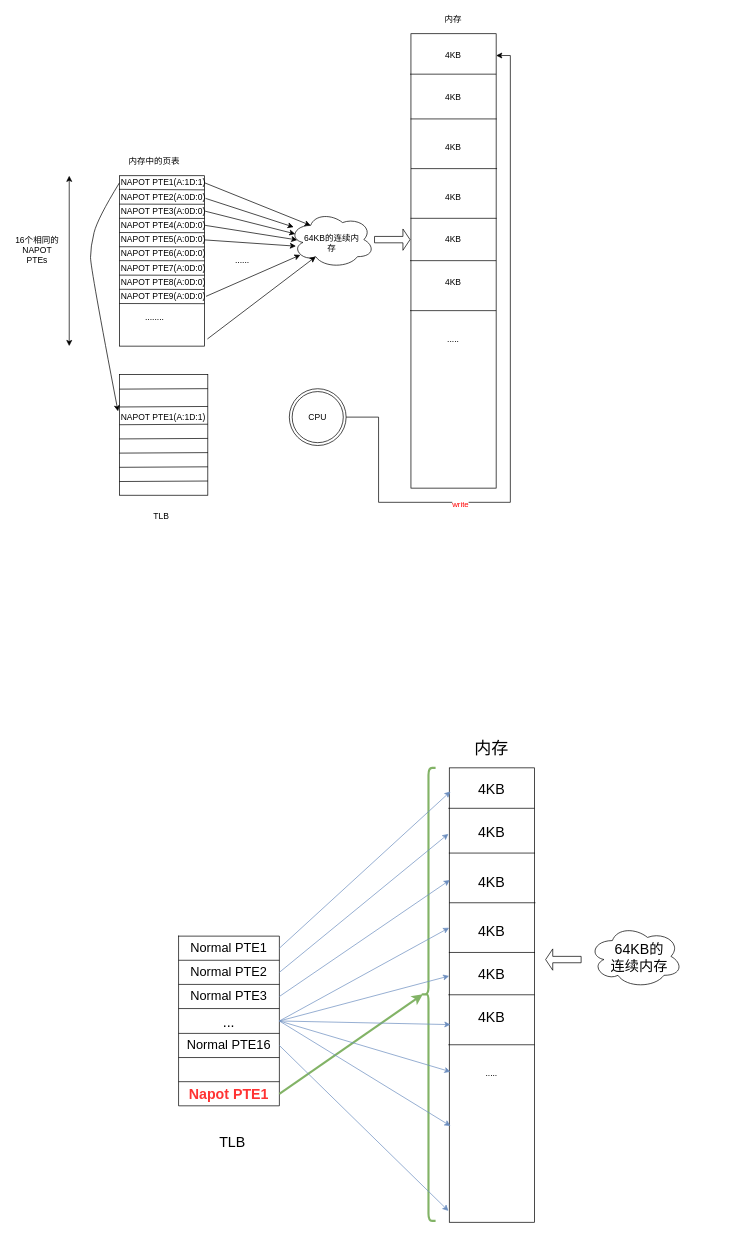
Before: Untitled Diagram.drawio in happy-lx/scala_note, a draw.io diagram. Source tidied: cells renumbered, new cells numbered last; positions are measured from the earlier drawing's top-left corner, leaving out a move shared by most shapes. Both pictures are drawn from the tidied source at 71%, with x=0, y=0 at pixel (12, 12).
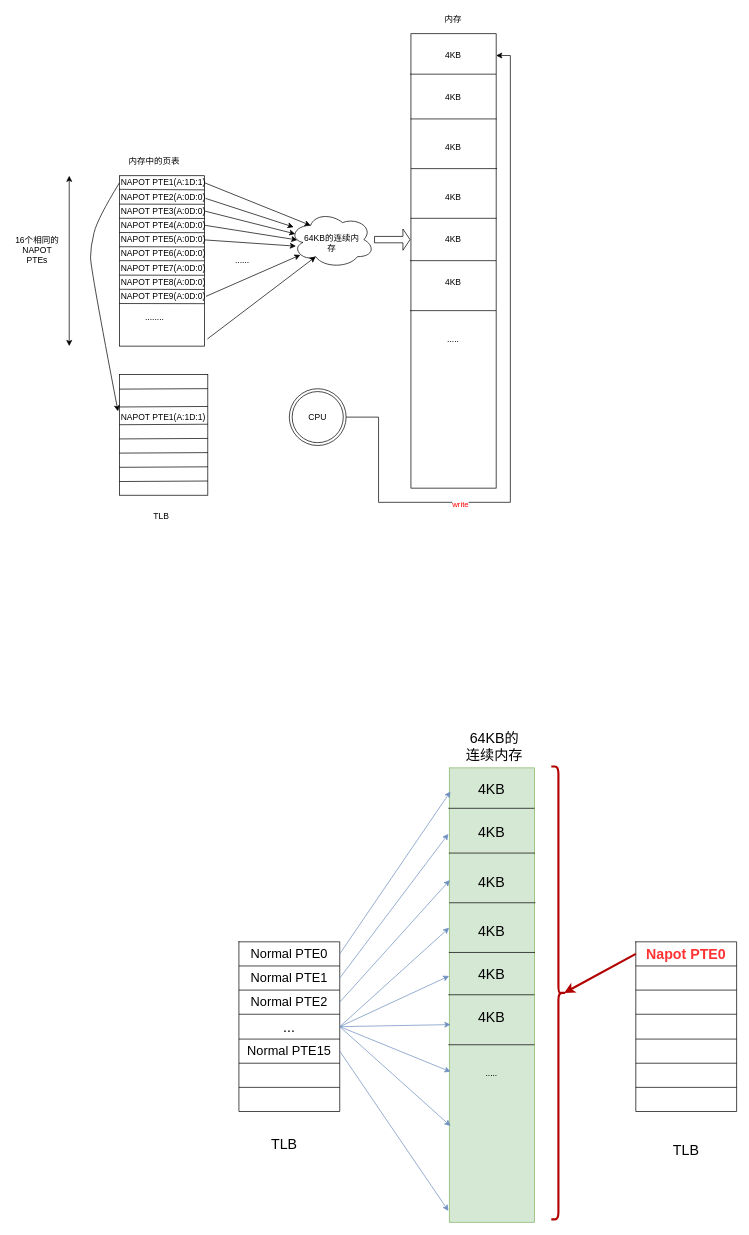
The same page after the edit.

Unchanged cells that the change refers to:
```xml
<mxCell id="84" style="shape=partialRectangle;fillColor=none;top=0;left=0;bottom=0;right=0;points=[[0,0.5],[1,0.5]];portConstraint=eastwest;" parent="83" vertex="1">
  <mxGeometry width="142" height="34" as="geometry" />
</mxCell>
<mxCell id="86" style="shape=partialRectangle;fillColor=none;top=0;left=0;bottom=0;right=0;points=[[0,0.5],[1,0.5]];portConstraint=eastwest;" parent="83" vertex="1">
  <mxGeometry y="34" width="142" height="34" as="geometry" />
</mxCell>
<mxCell id="88" style="shape=partialRectangle;fillColor=none;top=0;left=0;bottom=0;right=0;points=[[0,0.5],[1,0.5]];portConstraint=eastwest;" parent="83" vertex="1">
  <mxGeometry y="68" width="142" height="34" as="geometry" />
</mxCell>
<mxCell id="92" style="shape=partialRectangle;fillColor=none;top=0;left=0;bottom=0;right=0;points=[[0,0.5],[1,0.5]];portConstraint=eastwest;" parent="83" vertex="1">
  <mxGeometry y="137" width="142" height="34" as="geometry" />
</mxCell>
<mxCell id="96" style="shape=partialRectangle;fillColor=none;top=0;left=0;bottom=0;right=0;points=[[0,0.5],[1,0.5]];portConstraint=eastwest;" parent="83" vertex="1">
  <mxGeometry y="205" width="142" height="34" as="geometry" />
</mxCell>
```

Change to the diagram source:
```diff
@@
-    <mxCell id="2" style="ellipse;shape=cloud;whiteSpace=wrap;html=1;" parent="1" vertex="1">
-      <mxGeometry x="812" y="1285" width="132" height="89" as="geometry" />
-    </mxCell>
@@
-    <mxCell id="66" style="rounded=0;whiteSpace=wrap;html=1;" parent="1" vertex="1">
+    <mxCell id="66" style="rounded=0;whiteSpace=wrap;html=1;fillColor=#d5e8d4;strokeColor=#82b366;" parent="1" vertex="1">
       <mxGeometry x="615.3" y="1064" width="120" height="640" as="geometry" />
     </mxCell>
@@
-    <mxCell id="80" value="&lt;font style=&quot;font-size: 24px&quot;&gt;内存&lt;/font&gt;" style="text;html=1;strokeColor=none;fillColor=none;align=center;verticalAlign=middle;whiteSpace=wrap;rounded=0;" parent="1" vertex="1">
-      <mxGeometry x="635.3" y="1027" width="80" height="20" as="geometry" />
-    </mxCell>
-    <mxCell id="81" value="&lt;font style=&quot;font-size: 20px&quot;&gt;64KB的连续内存&lt;/font&gt;" style="text;html=1;strokeColor=none;fillColor=none;align=center;verticalAlign=middle;whiteSpace=wrap;rounded=0;" parent="1" vertex="1">
-      <mxGeometry x="838" y="1314.5" width="90" height="30" as="geometry" />
+    <mxCell id="81" value="&lt;span style=&quot;font-size: 20px&quot;&gt;64KB的连续内存&lt;/span&gt;" style="text;html=1;strokeColor=none;fillColor=none;align=center;verticalAlign=middle;whiteSpace=wrap;rounded=0;" parent="1" vertex="1">
+      <mxGeometry x="634" y="1018" width="90" height="30" as="geometry" />
     </mxCell>
-    <mxCell id="82" style="shape=singleArrow;whiteSpace=wrap;html=1;rotation=90;direction=south;" parent="1" vertex="1">
-      <mxGeometry x="761" y="1309" width="30" height="50" as="geometry" />
-    </mxCell>
     <mxCell id="83" style="shape=table;startSize=0;childLayout=tableLayout;" parent="1" vertex="1">
-      <mxGeometry x="234" y="1301" width="142" height="239" as="geometry" />
+      <mxGeometry x="319" y="1309" width="142" height="239" as="geometry" />
     </mxCell>
@@
-    <mxCell id="85" value="&lt;font style=&quot;font-size: 18px&quot;&gt;Normal PTE1&lt;/font&gt;" style="shape=partialRectangle;html=1;whiteSpace=wrap;overflow=hidden;fillColor=none;top=0;left=0;bottom=0;right=0;" parent="84" vertex="1">
+    <mxCell id="85" value="&lt;font style=&quot;font-size: 18px&quot;&gt;Normal PTE0&lt;/font&gt;" style="shape=partialRectangle;html=1;whiteSpace=wrap;overflow=hidden;fillColor=none;top=0;left=0;bottom=0;right=0;" parent="84" vertex="1">
       <mxGeometry width="142" height="34" as="geometry" />
     </mxCell>
@@
-    <mxCell id="87" value="&lt;span style=&quot;font-size: 18px&quot;&gt;Normal PTE2&lt;/span&gt;" style="shape=partialRectangle;html=1;whiteSpace=wrap;overflow=hidden;fillColor=none;top=0;left=0;bottom=0;right=0;" parent="86" vertex="1">
+    <mxCell id="87" value="&lt;span style=&quot;font-size: 18px&quot;&gt;Normal PTE1&lt;/span&gt;" style="shape=partialRectangle;html=1;whiteSpace=wrap;overflow=hidden;fillColor=none;top=0;left=0;bottom=0;right=0;" parent="86" vertex="1">
       <mxGeometry width="142" height="34" as="geometry" />
     </mxCell>
@@
-    <mxCell id="89" value="&lt;span style=&quot;font-size: 18px&quot;&gt;Normal PTE3&lt;/span&gt;" style="shape=partialRectangle;html=1;whiteSpace=wrap;overflow=hidden;fillColor=none;top=0;left=0;bottom=0;right=0;" parent="88" vertex="1">
+    <mxCell id="89" value="&lt;span style=&quot;font-size: 18px&quot;&gt;Normal PTE2&lt;/span&gt;" style="shape=partialRectangle;html=1;whiteSpace=wrap;overflow=hidden;fillColor=none;top=0;left=0;bottom=0;right=0;" parent="88" vertex="1">
       <mxGeometry width="142" height="34" as="geometry" />
     </mxCell>
@@
-    <mxCell id="93" value="&lt;span style=&quot;font-size: 18px&quot;&gt;Normal PTE16&lt;/span&gt;" style="shape=partialRectangle;html=1;whiteSpace=wrap;overflow=hidden;fillColor=none;top=0;left=0;bottom=0;right=0;" parent="92" vertex="1">
+    <mxCell id="93" value="&lt;span style=&quot;font-size: 18px&quot;&gt;Normal PTE15&lt;/span&gt;" style="shape=partialRectangle;html=1;whiteSpace=wrap;overflow=hidden;fillColor=none;top=0;left=0;bottom=0;right=0;" parent="92" vertex="1">
       <mxGeometry width="142" height="34" as="geometry" />
     </mxCell>
@@
-    <mxCell id="97" value="&lt;font color=&quot;#ff3333&quot; style=&quot;font-size: 20px&quot;&gt;&lt;b&gt;Napot PTE1&lt;/b&gt;&lt;/font&gt;" style="shape=partialRectangle;html=1;whiteSpace=wrap;overflow=hidden;fillColor=none;top=0;left=0;bottom=0;right=0;" parent="96" vertex="1">
+    <mxCell id="97" style="shape=partialRectangle;html=1;whiteSpace=wrap;overflow=hidden;fillColor=none;top=0;left=0;bottom=0;right=0;" parent="96" vertex="1">
       <mxGeometry width="142" height="34" as="geometry" />
     </mxCell>
     <mxCell id="98" value="&lt;font style=&quot;font-size: 20px&quot;&gt;TLB&lt;/font&gt;" style="text;html=1;strokeColor=none;fillColor=none;align=center;verticalAlign=middle;whiteSpace=wrap;rounded=0;" parent="1" vertex="1">
-      <mxGeometry x="274.6" y="1555" width="70" height="70" as="geometry" />
+      <mxGeometry x="348" y="1558" width="70" height="70" as="geometry" />
     </mxCell>
-    <mxCell id="99" style="shape=curlyBracket;whiteSpace=wrap;html=1;rounded=1;fillColor=#d5e8d4;strokeColor=#82b366;strokeWidth=3;" parent="1" vertex="1">
-      <mxGeometry x="576" y="1064" width="20" height="638" as="geometry" />
+    <mxCell id="99" style="shape=curlyBracket;whiteSpace=wrap;html=1;rounded=1;fillColor=#e51400;strokeColor=#B20000;strokeWidth=3;rotation=-180;fontColor=#ffffff;" parent="1" vertex="1">
+      <mxGeometry x="759" y="1062" width="20" height="638" as="geometry" />
     </mxCell>
-    <mxCell id="100" style="endArrow=classic;html=1;exitX=1;exitY=0.5;exitDx=0;exitDy=0;entryX=0.1;entryY=0.5;entryDx=0;entryDy=0;entryPerimeter=0;fillColor=#d5e8d4;strokeColor=#82b366;strokeWidth=3;" parent="1" edge="1" source="96" target="99">
-      <mxGeometry relative="1" as="geometry" />
-    </mxCell>
@@
+    <mxCell id="110" style="shape=table;startSize=0;childLayout=tableLayout;" parent="1" vertex="1">
+      <mxGeometry x="878" y="1309" width="142" height="239" as="geometry" />
+    </mxCell>
+    <mxCell id="111" style="shape=partialRectangle;fillColor=none;top=0;left=0;bottom=0;right=0;points=[[0,0.5],[1,0.5]];portConstraint=eastwest;" parent="110" vertex="1">
+      <mxGeometry width="142" height="34" as="geometry" />
+    </mxCell>
+    <mxCell id="112" value="&lt;b style=&quot;color: rgb(255 , 51 , 51) ; font-size: 20px&quot;&gt;Napot PTE0&lt;/b&gt;" style="shape=partialRectangle;html=1;whiteSpace=wrap;overflow=hidden;fillColor=none;top=0;left=0;bottom=0;right=0;" parent="111" vertex="1">
+      <mxGeometry width="142" height="34" as="geometry" />
+    </mxCell>
+    <mxCell id="113" style="shape=partialRectangle;fillColor=none;top=0;left=0;bottom=0;right=0;" parent="110" vertex="1">
+      <mxGeometry y="34" width="142" height="34" as="geometry" />
+    </mxCell>
+    <mxCell id="114" style="shape=partialRectangle;html=1;whiteSpace=wrap;overflow=hidden;fillColor=none;top=0;left=0;bottom=0;right=0;" parent="113" vertex="1">
+      <mxGeometry width="142" height="34" as="geometry" />
+    </mxCell>
+    <mxCell id="115" style="shape=partialRectangle;fillColor=none;top=0;left=0;bottom=0;right=0;" parent="110" vertex="1">
+      <mxGeometry y="68" width="142" height="34" as="geometry" />
+    </mxCell>
+    <mxCell id="116" style="shape=partialRectangle;html=1;whiteSpace=wrap;overflow=hidden;fillColor=none;top=0;left=0;bottom=0;right=0;" parent="115" vertex="1">
+      <mxGeometry width="142" height="34" as="geometry" />
+    </mxCell>
+    <mxCell id="117" style="shape=partialRectangle;fillColor=none;top=0;left=0;bottom=0;right=0;" parent="110" vertex="1">
+      <mxGeometry y="102" width="142" height="35" as="geometry" />
+    </mxCell>
+    <mxCell id="118" style="shape=partialRectangle;html=1;whiteSpace=wrap;overflow=hidden;fillColor=none;top=0;left=0;bottom=0;right=0;" parent="117" vertex="1">
+      <mxGeometry width="142" height="35" as="geometry" />
+    </mxCell>
+    <mxCell id="119" style="shape=partialRectangle;fillColor=none;top=0;left=0;bottom=0;right=0;" parent="110" vertex="1">
+      <mxGeometry y="137" width="142" height="34" as="geometry" />
+    </mxCell>
+    <mxCell id="120" style="shape=partialRectangle;html=1;whiteSpace=wrap;overflow=hidden;fillColor=none;top=0;left=0;bottom=0;right=0;" parent="119" vertex="1">
+      <mxGeometry width="142" height="34" as="geometry" />
+    </mxCell>
+    <mxCell id="121" style="shape=partialRectangle;fillColor=none;top=0;left=0;bottom=0;right=0;" parent="110" vertex="1">
+      <mxGeometry y="171" width="142" height="34" as="geometry" />
+    </mxCell>
+    <mxCell id="122" style="shape=partialRectangle;html=1;whiteSpace=wrap;overflow=hidden;fillColor=none;top=0;left=0;bottom=0;right=0;" parent="121" vertex="1">
+      <mxGeometry width="142" height="34" as="geometry" />
+    </mxCell>
+    <mxCell id="123" style="shape=partialRectangle;fillColor=none;top=0;left=0;bottom=0;right=0;" parent="110" vertex="1">
+      <mxGeometry y="205" width="142" height="34" as="geometry" />
+    </mxCell>
+    <mxCell id="124" style="shape=partialRectangle;html=1;whiteSpace=wrap;overflow=hidden;fillColor=none;top=0;left=0;bottom=0;right=0;" parent="123" vertex="1">
+      <mxGeometry width="142" height="34" as="geometry" />
+    </mxCell>
+    <mxCell id="125" style="endArrow=classic;html=1;fillColor=#e51400;strokeColor=#B20000;entryX=0.1;entryY=0.5;entryDx=0;entryDy=0;entryPerimeter=0;exitX=0;exitY=0.5;exitDx=0;exitDy=0;strokeWidth=3;" parent="1" edge="1" source="111" target="99">
+      <mxGeometry relative="1" as="geometry" />
+    </mxCell>
+    <mxCell id="126" value="&lt;font style=&quot;font-size: 20px&quot;&gt;TLB&lt;/font&gt;" style="text;html=1;strokeColor=none;fillColor=none;align=center;verticalAlign=middle;whiteSpace=wrap;rounded=0;" parent="1" vertex="1">
+      <mxGeometry x="914" y="1567" width="70" height="70" as="geometry" />
+    </mxCell>
```
